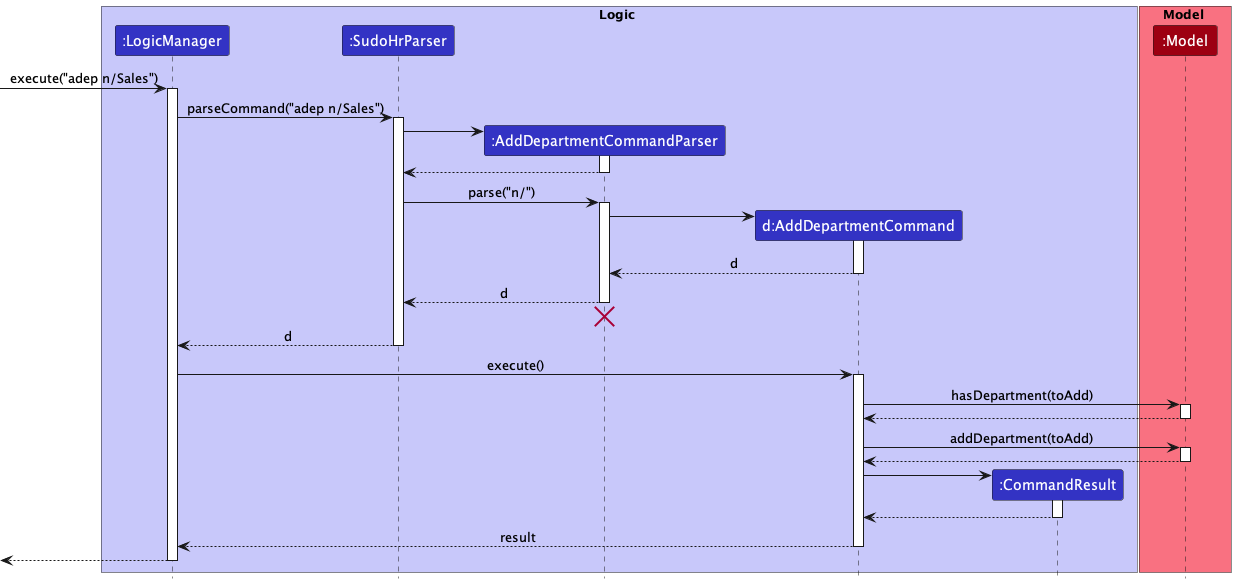
Above: docs/images/commands/department/AddDepartmentSequenceDiagram.png in nus-cs2103-AY2223S2/tp (PlantUML), before the change.
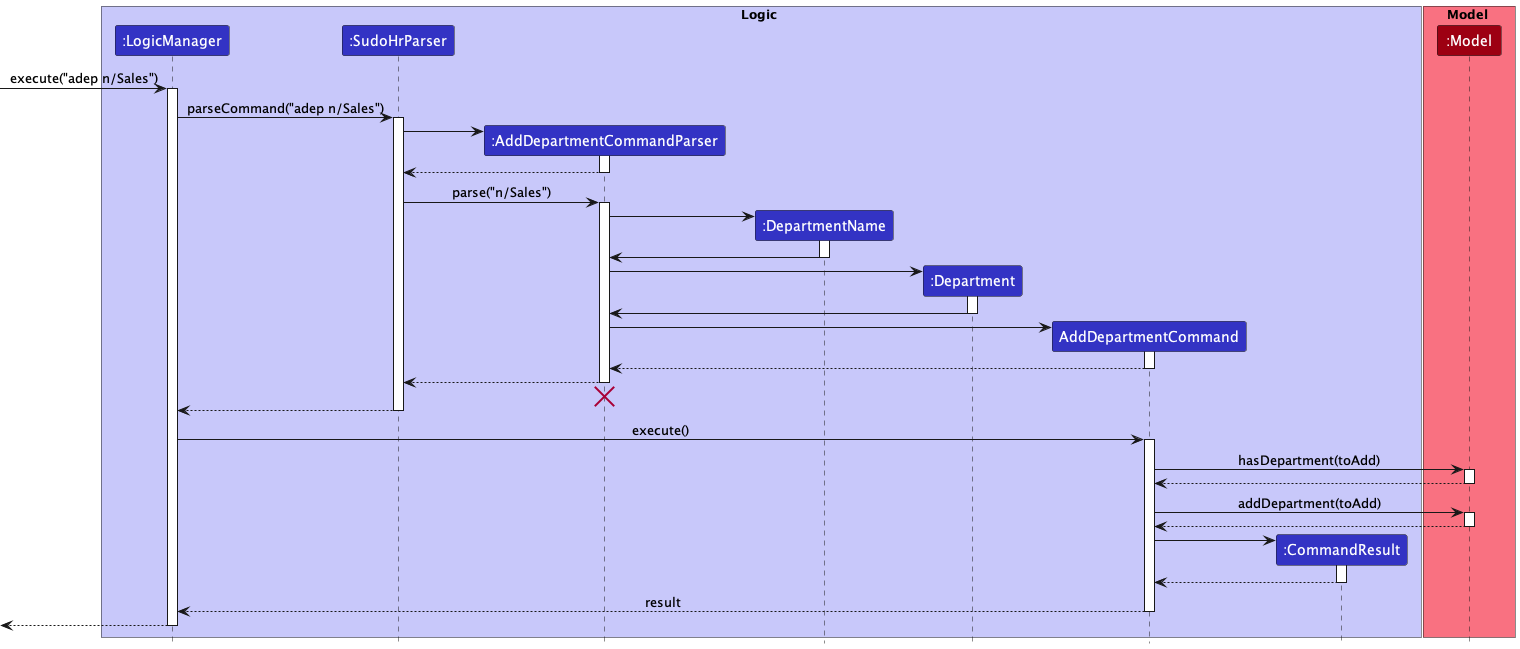
After the commit.

Diff of the diagram source:
```diff
@@ -5,7 +5,9 @@
 participant ":LogicManager" as LogicManager LOGIC_COLOR
 participant ":SudoHrParser" as SudoHrParser LOGIC_COLOR
 participant ":AddDepartmentCommandParser" as AddDepartmentCommandParser LOGIC_COLOR
-participant "d:AddDepartmentCommand" as AddDepartmentCommand LOGIC_COLOR
+participant ":DepartmentName" as DepartmentName LOGIC_COLOR
+participant ":Department" as Department LOGIC_COLOR
+participant "AddDepartmentCommand" as AddDepartmentCommand LOGIC_COLOR
 participant ":CommandResult" as CommandResult LOGIC_COLOR
 end box
 
@@ -26,22 +28,35 @@
 AddDepartmentCommandParser --> SudoHrParser
 deactivate AddDepartmentCommandParser
 
-SudoHrParser -> AddDepartmentCommandParser : parse("n/")
+SudoHrParser -> AddDepartmentCommandParser : parse("n/Sales")
 activate AddDepartmentCommandParser
+
+create DepartmentName
+AddDepartmentCommandParser -> DepartmentName
+activate DepartmentName
+
+DepartmentName -> AddDepartmentCommandParser
+deactivate
+
+create Department
+AddDepartmentCommandParser -> Department
+activate Department
+Department -> AddDepartmentCommandParser
+deactivate
 
 create AddDepartmentCommand
 AddDepartmentCommandParser -> AddDepartmentCommand
 activate AddDepartmentCommand
 
-AddDepartmentCommand --> AddDepartmentCommandParser : d
+AddDepartmentCommand --> AddDepartmentCommandParser
 deactivate AddDepartmentCommand
 
-AddDepartmentCommandParser --> SudoHrParser : d
+AddDepartmentCommandParser --> SudoHrParser
 deactivate AddDepartmentCommandParser
 AddDepartmentCommandParser -[hidden]-> SudoHrParser
 destroy AddDepartmentCommandParser
 
-SudoHrParser --> LogicManager : d
+SudoHrParser --> LogicManager
 deactivate SudoHrParser
 
 LogicManager -> AddDepartmentCommand : execute()
```
